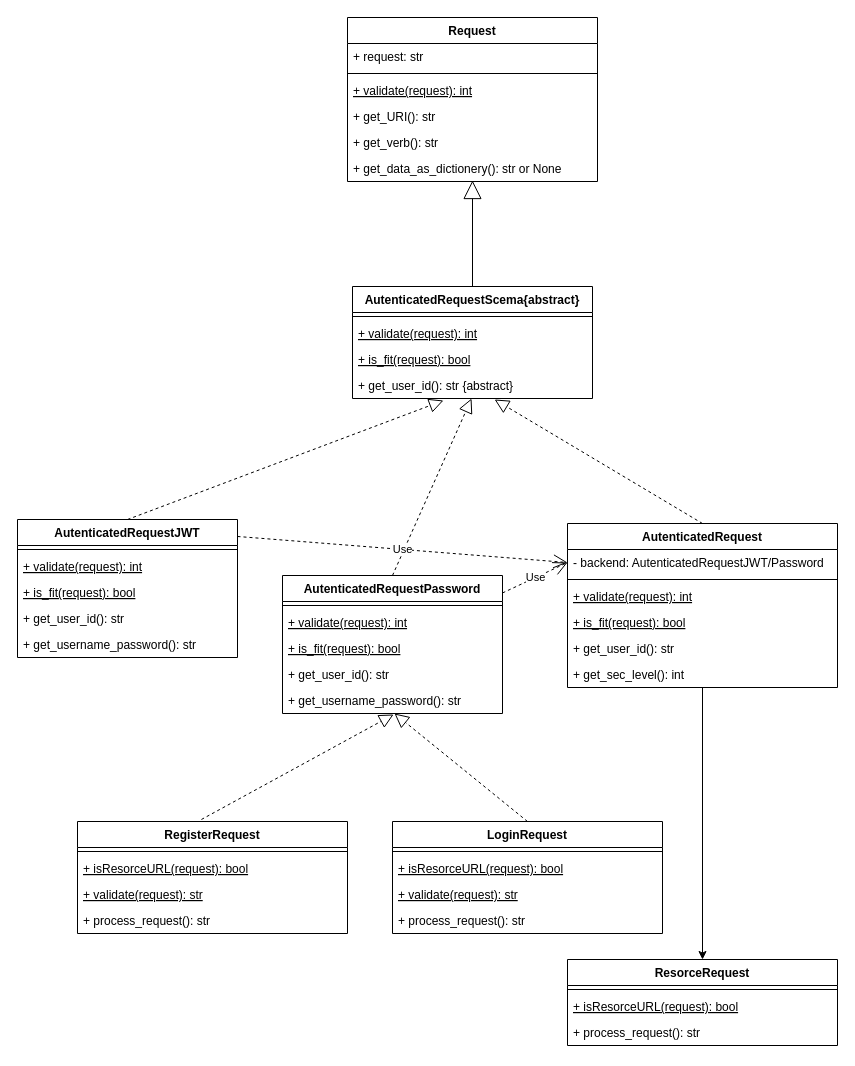
Earlier version of the draw.io diagram page "Request" (1 of 2) of class diagram.drawio (adibl/password_saver). Source tidied: cells renumbered, new cells numbered last; positions are measured from the earlier drawing's top-left corner, leaving out a move shared by most shapes. Both pictures are drawn from the tidied source at 100%, with x=0, y=0 at pixel (17, 17).
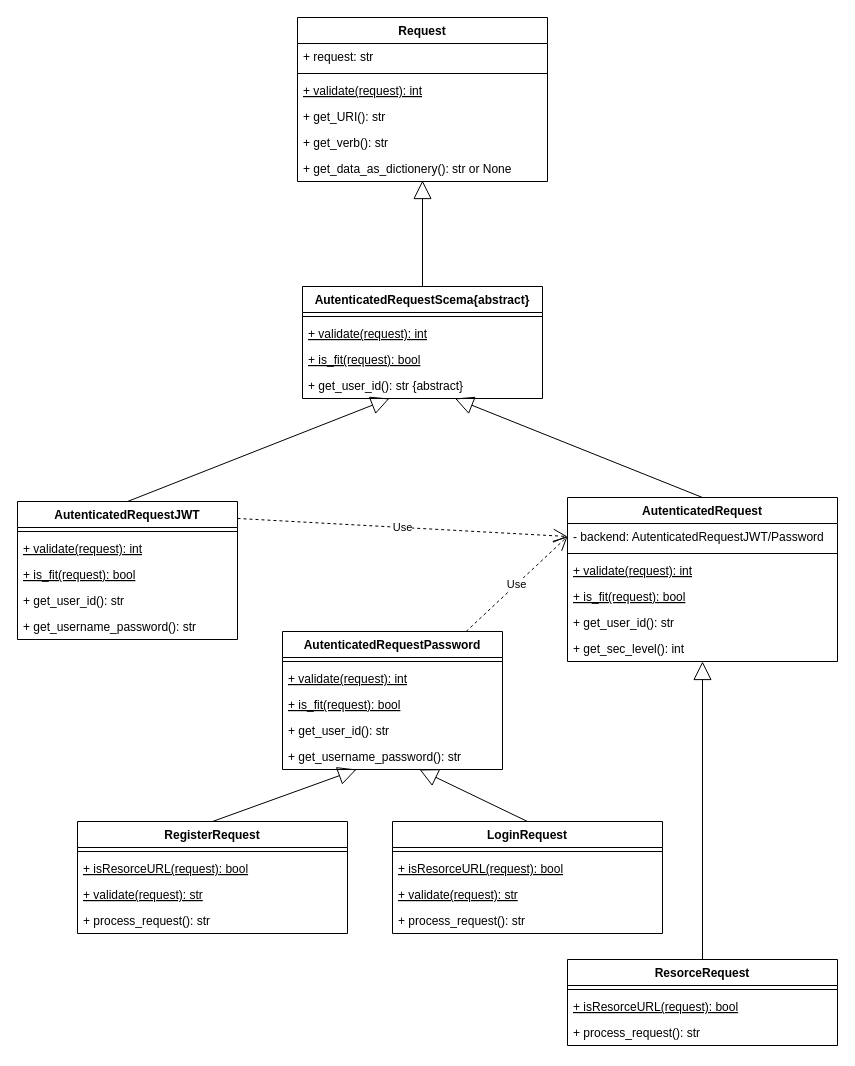
The same diagram, later.

Unchanged cells that the change refers to:
```xml
<mxCell id="13" value="+ get_user_id(): str {abstract}" style="text;strokeColor=none;fillColor=none;align=left;verticalAlign=top;spacingLeft=4;spacingRight=4;overflow=hidden;points=[[0,0.5],[1,0.5]];portConstraint=eastwest;" parent="9" vertex="1">
  <mxGeometry y="86" width="240" height="26" as="geometry" />
</mxCell>
<mxCell id="19" value="+ get_username_password(): str" style="text;strokeColor=none;fillColor=none;align=left;verticalAlign=top;spacingLeft=4;spacingRight=4;overflow=hidden;points=[[0,0.5],[1,0.5]];portConstraint=eastwest;" parent="14" vertex="1">
  <mxGeometry y="112" width="220" height="26" as="geometry" />
</mxCell>
<mxCell id="36" value="+ get_sec_level(): int" style="text;strokeColor=none;fillColor=none;align=left;verticalAlign=top;spacingLeft=4;spacingRight=4;overflow=hidden;points=[[0,0.5],[1,0.5]];portConstraint=eastwest;" parent="30" vertex="1">
  <mxGeometry y="138" width="270" height="26" as="geometry" />
</mxCell>
<mxCell id="37" value="ResorceRequest" style="swimlane;fontStyle=1;align=center;verticalAlign=top;horizontal=1;startSize=26;" parent="1" vertex="1">
  <mxGeometry x="550" y="942" width="270" height="86" as="geometry" />
</mxCell>
<mxCell id="41" value="RegisterRequest" style="swimlane;fontStyle=1;align=center;verticalAlign=top;horizontal=1;startSize=26;" parent="1" vertex="1">
  <mxGeometry x="60" y="804" width="270" height="112" as="geometry" />
</mxCell>
<mxCell id="46" value="LoginRequest" style="swimlane;fontStyle=1;align=center;verticalAlign=top;horizontal=1;startSize=26;" parent="1" vertex="1">
  <mxGeometry x="375" y="804" width="270" height="112" as="geometry" />
</mxCell>
```

What changed in the source:
```diff
@@
     <mxCell id="2" value="Request" style="swimlane;fontStyle=1;align=center;verticalAlign=top;horizontal=1;startSize=26;" parent="1" vertex="1">
-      <mxGeometry x="330" width="250" height="164" as="geometry" />
+      <mxGeometry x="280" width="250" height="164" as="geometry" />
     </mxCell>
@@
     <mxCell id="9" value="AutenticatedRequestScema{abstract}" style="swimlane;fontStyle=1;align=center;verticalAlign=top;horizontal=1;startSize=26;" parent="1" vertex="1">
-      <mxGeometry x="335" y="269" width="240" height="112" as="geometry" />
+      <mxGeometry x="285" y="269" width="240" height="112" as="geometry" />
     </mxCell>
@@
     <mxCell id="14" value="AutenticatedRequestPassword" style="swimlane;fontStyle=1;align=center;verticalAlign=top;horizontal=1;startSize=26;" parent="1" vertex="1">
-      <mxGeometry x="265" y="558" width="220" height="138" as="geometry" />
+      <mxGeometry x="265" y="614" width="220" height="138" as="geometry" />
     </mxCell>
@@
     <mxCell id="20" value="AutenticatedRequestJWT" style="swimlane;fontStyle=1;align=center;verticalAlign=top;horizontal=1;startSize=26;" parent="1" vertex="1">
-      <mxGeometry y="502" width="220" height="138" as="geometry" />
+      <mxGeometry y="484" width="220" height="138" as="geometry" />
     </mxCell>
@@
-    <mxCell id="26" style="endArrow=block;dashed=1;endFill=0;endSize=12;html=1;entryX=0.496;entryY=1;entryDx=0;entryDy=0;entryPerimeter=0;exitX=0.5;exitY=0;exitDx=0;exitDy=0;" parent="1" edge="1" source="14" target="13">
-      <mxGeometry relative="1" as="geometry" />
-    </mxCell>
-    <mxCell id="27" style="endArrow=block;dashed=1;endFill=0;endSize=12;html=1;entryX=0.379;entryY=1.077;entryDx=0;entryDy=0;entryPerimeter=0;exitX=0.5;exitY=0;exitDx=0;exitDy=0;" parent="1" edge="1" source="20" target="13">
-      <mxGeometry relative="1" as="geometry" />
-    </mxCell>
@@
-    <mxCell id="29" style="edgeStyle=orthogonalEdgeStyle;rounded=0;jettySize=auto;html=1;" parent="1" edge="1" source="30" target="37">
-      <mxGeometry relative="1" as="geometry" />
-    </mxCell>
     <mxCell id="30" value="AutenticatedRequest" style="swimlane;fontStyle=1;align=center;verticalAlign=top;horizontal=1;startSize=26;" parent="1" vertex="1">
-      <mxGeometry x="550" y="506" width="270" height="164" as="geometry" />
+      <mxGeometry x="550" y="480" width="270" height="164" as="geometry" />
     </mxCell>
@@
+    <mxCell id="55" style="endArrow=block;endSize=16;endFill=0;html=1;exitX=0.5;exitY=0;exitDx=0;exitDy=0;" parent="1" edge="1" source="30" target="13">
+      <mxGeometry x="-0.03" y="16" relative="1" as="geometry" />
+    </mxCell>
+    <mxCell id="27" style="endArrow=block;endSize=16;endFill=0;html=1;exitX=0.5;exitY=0;exitDx=0;exitDy=0;" parent="1" edge="1" source="20" target="13">
+      <mxGeometry x="-0.03" y="16" relative="1" as="geometry" />
+    </mxCell>
+    <mxCell id="54" style="endArrow=block;endSize=16;endFill=0;html=1;exitX=0.5;exitY=0;exitDx=0;exitDy=0;" parent="1" edge="1" source="41" target="19">
+      <mxGeometry x="-0.03" y="16" relative="1" as="geometry" />
+    </mxCell>
-    <mxCell id="53" style="endArrow=block;dashed=1;endFill=0;endSize=12;html=1;entryX=0.509;entryY=1;entryDx=0;entryDy=0;entryPerimeter=0;exitX=0.5;exitY=0;exitDx=0;exitDy=0;" parent="1" edge="1" source="46" target="19">
-      <mxGeometry relative="1" as="geometry" />
+    <mxCell id="53" style="endArrow=block;endSize=16;endFill=0;html=1;exitX=0.5;exitY=0;exitDx=0;exitDy=0;" parent="1" edge="1" source="46" target="19">
+      <mxGeometry x="-0.03" y="16" relative="1" as="geometry" />
     </mxCell>
-    <mxCell id="54" style="endArrow=block;dashed=1;endFill=0;endSize=12;html=1;entryX=0.505;entryY=1.038;entryDx=0;entryDy=0;entryPerimeter=0;exitX=0.459;exitY=-0.018;exitDx=0;exitDy=0;exitPerimeter=0;" parent="1" edge="1" source="41" target="19">
-      <mxGeometry relative="1" as="geometry" />
-    </mxCell>
-    <mxCell id="55" style="endArrow=block;dashed=1;endFill=0;endSize=12;html=1;entryX=0.592;entryY=1.038;entryDx=0;entryDy=0;entryPerimeter=0;exitX=0.5;exitY=0;exitDx=0;exitDy=0;" parent="1" edge="1" source="30" target="13">
-      <mxGeometry relative="1" as="geometry" />
-    </mxCell>
+    <mxCell id="56" style="endArrow=block;endSize=16;endFill=0;html=1;exitX=0.5;exitY=0;exitDx=0;exitDy=0;" parent="1" edge="1" source="37" target="36">
+      <mxGeometry x="-0.03" y="16" relative="1" as="geometry" />
+    </mxCell>
```
